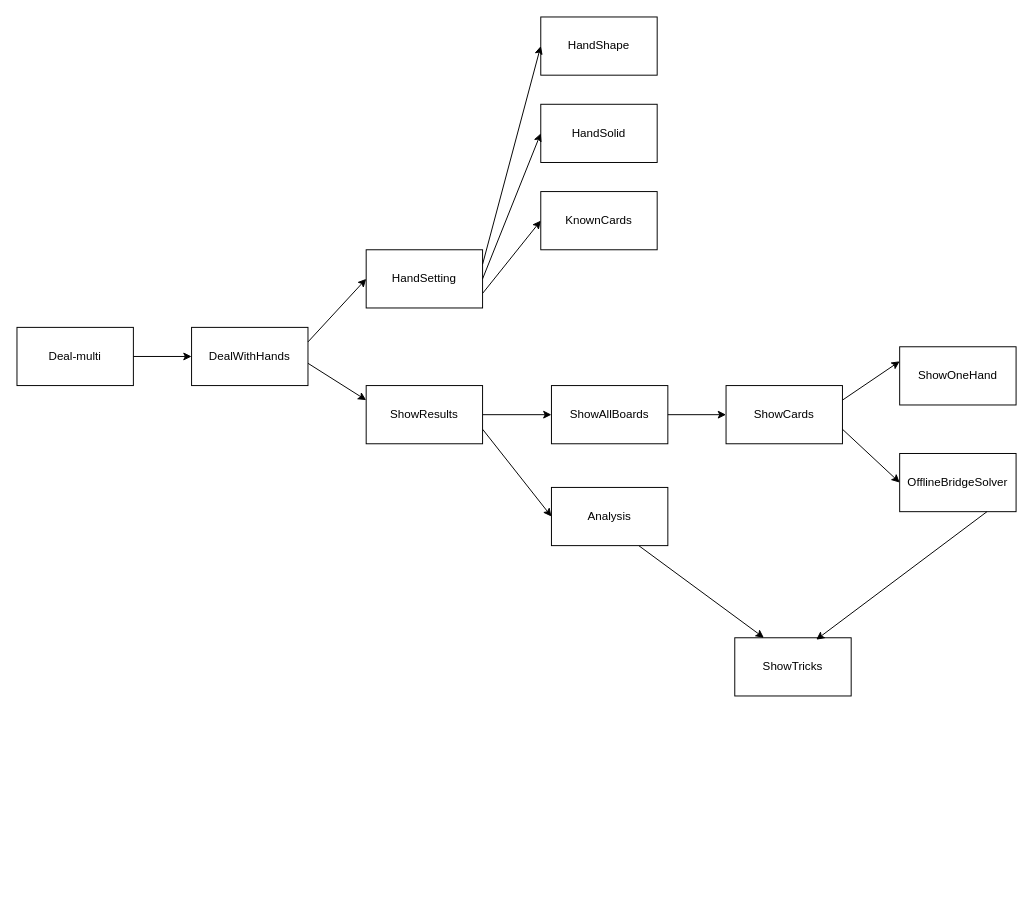
S-N-O-R-L-A-X/Bridge-Tools keeps this draw.io diagram as architecture.drawio. Above is the earlier version. Source tidied: cells renumbered, new cells numbered last; positions are measured from the earlier drawing's top-left corner, leaving out a move shared by most shapes. Both pictures are drawn from the tidied source at 97%, with x=0, y=0 at pixel (16, 16).
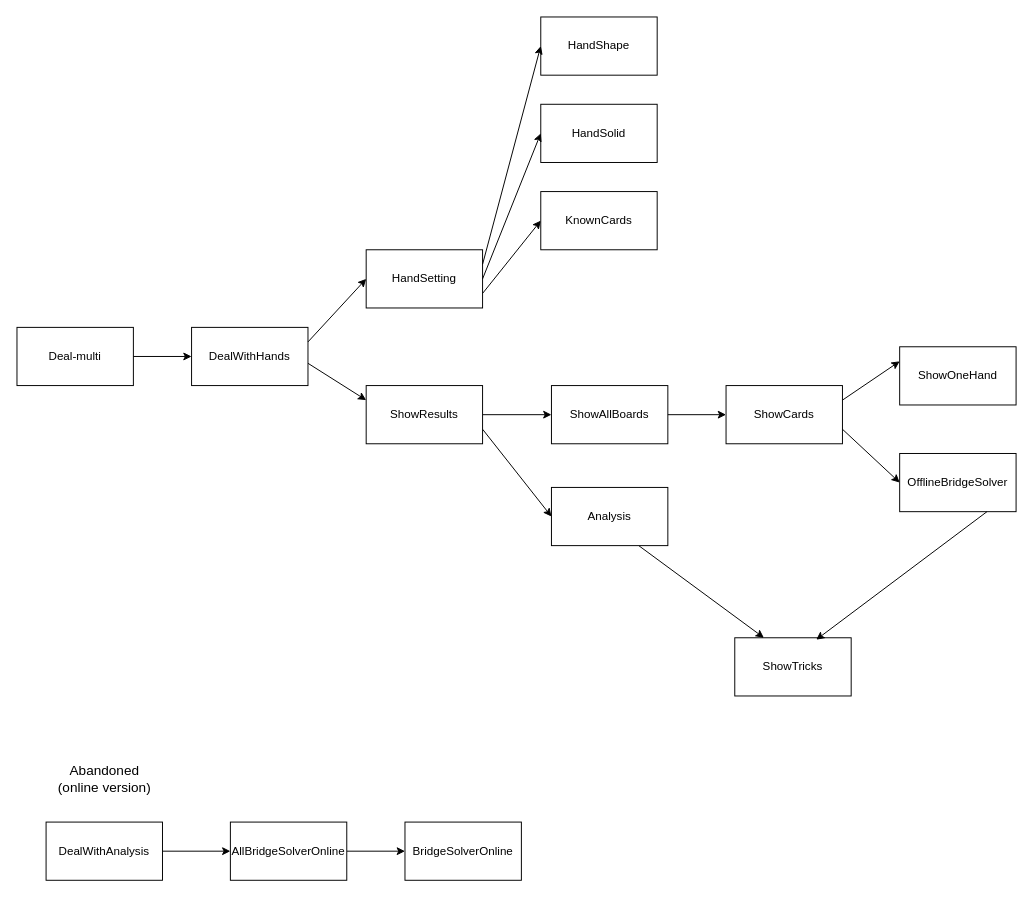
Above is the later version.

The edit, as a diff of the source:
```diff
@@
+    <mxCell id="28" style="edgeStyle=none;html=1;exitX=1;exitY=0.5;exitDx=0;exitDy=0;fontSize=12;" parent="1" edge="1" source="29" target="32">
+      <mxGeometry relative="1" as="geometry" />
+    </mxCell>
+    <mxCell id="29" value="DealWithAnalysis" style="whiteSpace=wrap;html=1;" parent="1" vertex="1">
+      <mxGeometry x="30" y="830" width="120" height="60" as="geometry" />
+    </mxCell>
+    <mxCell id="30" value="&lt;font style=&quot;font-size: 14px;&quot;&gt;Abandoned&lt;br&gt;(online version)&lt;/font&gt;" style="text;html=1;align=center;verticalAlign=middle;strokeColor=none;fillColor=none;" parent="1" vertex="1">
+      <mxGeometry x="30" y="760" width="120" height="50" as="geometry" />
+    </mxCell>
+    <mxCell id="31" style="edgeStyle=none;html=1;exitX=1;exitY=0.5;exitDx=0;exitDy=0;fontSize=12;" parent="1" edge="1" source="32" target="33">
+      <mxGeometry relative="1" as="geometry" />
+    </mxCell>
+    <mxCell id="32" value="AllBridgeSolverOnline" style="whiteSpace=wrap;html=1;" parent="1" vertex="1">
+      <mxGeometry x="220" y="830" width="120" height="60" as="geometry" />
+    </mxCell>
+    <mxCell id="33" value="BridgeSolverOnline" style="whiteSpace=wrap;html=1;" parent="1" vertex="1">
+      <mxGeometry x="400" y="830" width="120" height="60" as="geometry" />
+    </mxCell>
```
